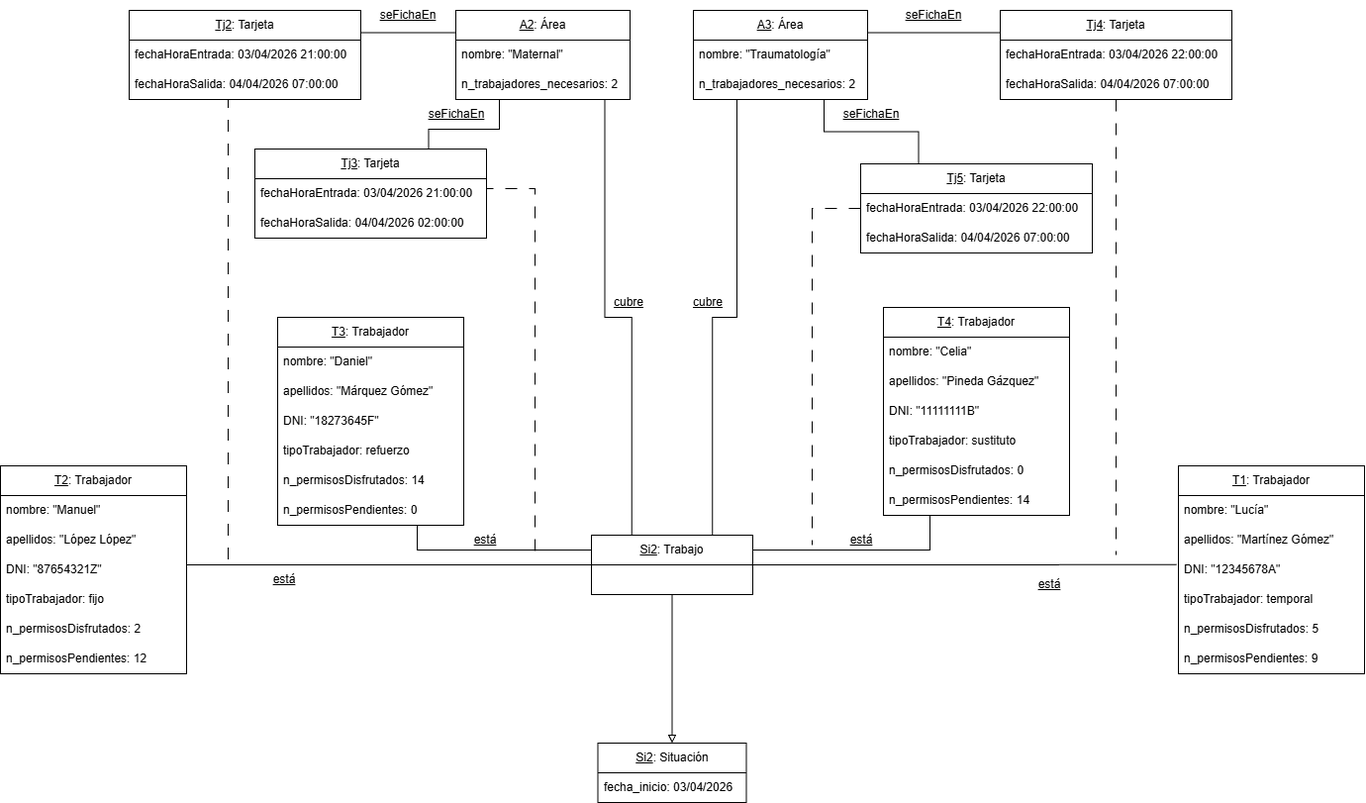
Before: Imágenes/Diagrama área.png, a diagram exported from draw.io (DYL0061/proyecto-curso-iissi1-2026-DYL0061). Source tidied: cells renumbered, new cells last; positions are measured from the earlier drawing's top-left corner, leaving out a move shared by most shapes.
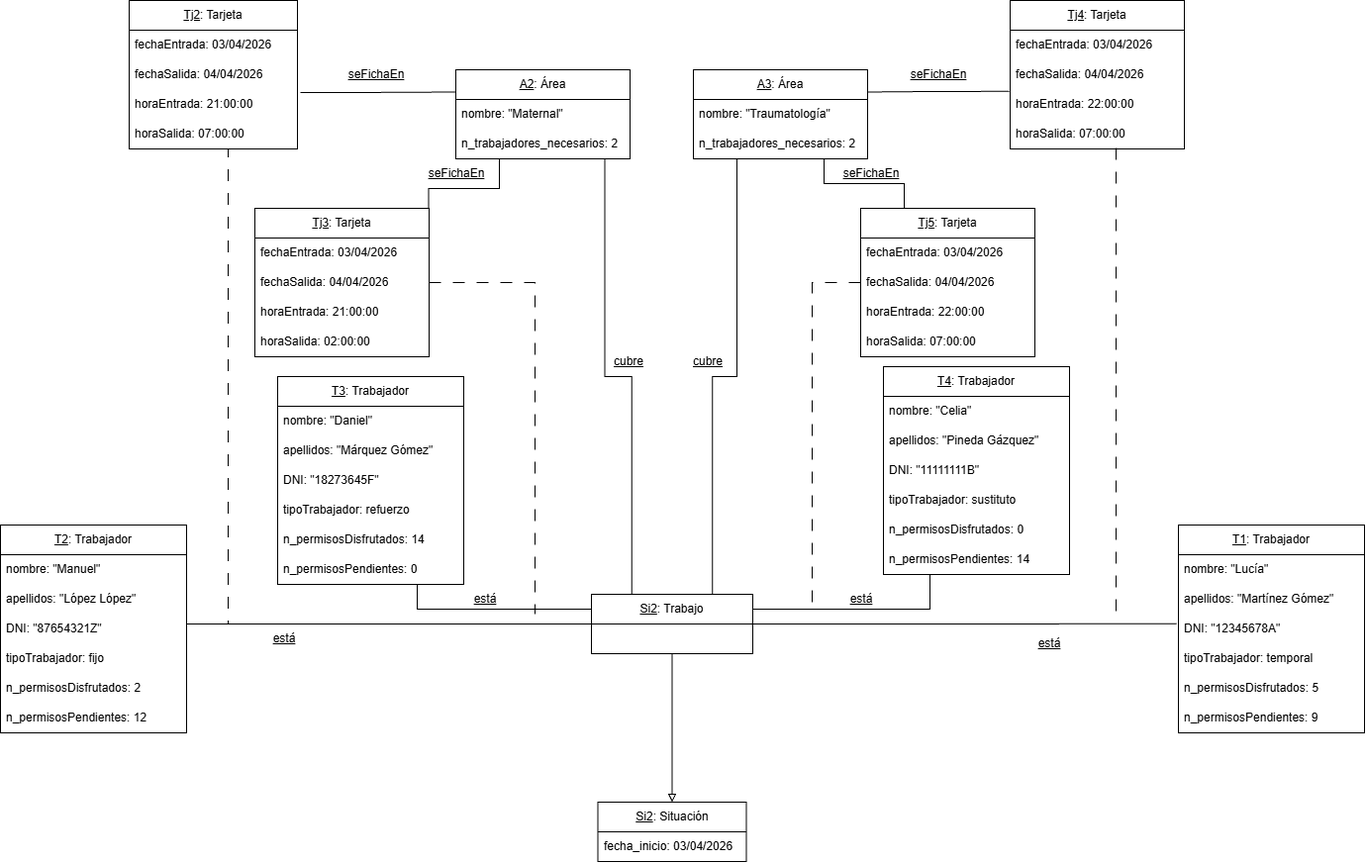
Later version of the same file.

Change to the diagram source:
```diff
@@ -32,18 +32,24 @@
         </Array>
       </mxGeometry>
     </mxCell>
-    <mxCell id="10" style="edgeStyle=orthogonalEdgeStyle;shape=connector;rounded=0;jettySize=auto;html=1;exitX=1;exitY=0.25;exitDx=0;exitDy=0;entryX=0;entryY=0.25;entryDx=0;entryDy=0;strokeColor=default;align=center;verticalAlign=middle;fontFamily=Helvetica;fontSize=11;fontColor=default;labelBackgroundColor=default;defaultLabelBackgroundColor=page;labelPadding=0 4;endArrow=none;endFill=0;" parent="1" edge="1" source="11" target="47">
-      <mxGeometry relative="1" as="geometry" />
+    <mxCell id="10" style="edgeStyle=orthogonalEdgeStyle;shape=connector;rounded=0;jettySize=auto;html=1;entryX=0;entryY=0.25;entryDx=0;entryDy=0;strokeColor=default;align=center;verticalAlign=middle;fontFamily=Helvetica;fontSize=11;fontColor=default;labelBackgroundColor=default;defaultLabelBackgroundColor=page;labelPadding=0 4;endArrow=none;endFill=0;exitX=1.018;exitY=0.098;exitDx=0;exitDy=0;exitPerimeter=0;" parent="1" edge="1" source="12" target="47">
+      <mxGeometry x="0.28" relative="1" as="geometry" />
     </mxCell>
     <mxCell id="11" value="&lt;u&gt;Tj2&lt;/u&gt;: Tarjeta" style="swimlane;fontStyle=0;horizontal=1;startSize=30;whiteSpace=wrap;html=1;" parent="1" vertex="1">
-      <mxGeometry x="130" y="10" width="234" height="90" as="geometry" />
+      <mxGeometry x="130" y="-60" width="170" height="150" as="geometry" />
     </mxCell>
+    <mxCell id="76" value="fechaEntrada:  03/04/2026" style="text;strokeColor=none;fillColor=none;align=left;verticalAlign=middle;spacingLeft=4;spacingRight=4;overflow=hidden;whiteSpace=wrap;html=1;" parent="11" vertex="1">
+      <mxGeometry y="30" width="170" height="30" as="geometry" />
+    </mxCell>
+    <mxCell id="13" value="fechaSalida: 04/04/2026" style="text;strokeColor=none;fillColor=none;align=left;verticalAlign=middle;spacingLeft=4;spacingRight=4;overflow=hidden;whiteSpace=wrap;html=1;" parent="11" vertex="1">
+      <mxGeometry y="60" width="170" height="30" as="geometry" />
+    </mxCell>
-    <mxCell id="12" value="fechaHoraEntrada:  03/04/2026 21:00:00" style="text;strokeColor=none;fillColor=none;align=left;verticalAlign=middle;spacingLeft=4;spacingRight=4;overflow=hidden;points=[[0,0.5],[1,0.5]];portConstraint=eastwest;whiteSpace=wrap;html=1;" parent="11" vertex="1">
-      <mxGeometry y="30" width="234" height="30" as="geometry" />
+    <mxCell id="12" value="horaEntrada: 21:00:00" style="text;strokeColor=none;fillColor=none;align=left;verticalAlign=middle;spacingLeft=4;spacingRight=4;overflow=hidden;points=[[0,0.5],[1,0.5]];portConstraint=eastwest;whiteSpace=wrap;html=1;" parent="11" vertex="1">
+      <mxGeometry y="90" width="170" height="30" as="geometry" />
     </mxCell>
-    <mxCell id="13" value="fechaHoraSalida: 04/04/2026 07:00:00" style="text;strokeColor=none;fillColor=none;align=left;verticalAlign=middle;spacingLeft=4;spacingRight=4;overflow=hidden;whiteSpace=wrap;html=1;" parent="11" vertex="1">
-      <mxGeometry y="60" width="234" height="30" as="geometry" />
-    </mxCell>
+    <mxCell id="77" value="horaSalida: 07:00:00" style="text;strokeColor=none;fillColor=none;align=left;verticalAlign=middle;spacingLeft=4;spacingRight=4;overflow=hidden;whiteSpace=wrap;html=1;" parent="11" vertex="1">
+      <mxGeometry y="120" width="170" height="30" as="geometry" />
+    </mxCell>
     <mxCell id="14" style="edgeStyle=orthogonalEdgeStyle;shape=connector;rounded=0;jettySize=auto;html=1;exitX=0.75;exitY=1;exitDx=0;exitDy=0;entryX=0;entryY=0.25;entryDx=0;entryDy=0;strokeColor=default;align=center;verticalAlign=middle;fontFamily=Helvetica;fontSize=11;fontColor=default;labelBackgroundColor=default;defaultLabelBackgroundColor=page;labelPadding=0 4;endArrow=none;endFill=0;" parent="1" edge="1" source="15" target="26">
       <mxGeometry relative="1" as="geometry" />
     </mxCell>
@@ -84,12 +90,8 @@
       <mxGeometry x="597" y="540" width="163" height="60" as="geometry" />
     </mxCell>
     <mxCell id="27" style="edgeStyle=orthogonalEdgeStyle;shape=connector;rounded=0;jettySize=auto;html=1;exitX=1;exitY=0.5;exitDx=0;exitDy=0;dashed=1;dashPattern=12 12;strokeColor=default;align=center;verticalAlign=middle;fontFamily=Helvetica;fontSize=11;fontColor=default;labelBackgroundColor=default;defaultLabelBackgroundColor=page;labelPadding=0 4;endArrow=none;endFill=0;" parent="1" edge="1" source="29">
-      <mxGeometry relative="1" as="geometry">
+      <mxGeometry x="-0.16" relative="1" as="geometry">
         <mxPoint x="540" y="560" as="targetPoint" />
-        <Array as="points">
-          <mxPoint x="491" y="190" />
-          <mxPoint x="540" y="190" />
-        </Array>
       </mxGeometry>
     </mxCell>
     <mxCell id="28" style="edgeStyle=orthogonalEdgeStyle;shape=connector;rounded=0;jettySize=auto;html=1;exitX=0.75;exitY=0;exitDx=0;exitDy=0;entryX=0.25;entryY=1;entryDx=0;entryDy=0;strokeColor=default;align=center;verticalAlign=middle;fontFamily=Helvetica;fontSize=11;fontColor=default;labelBackgroundColor=default;defaultLabelBackgroundColor=page;labelPadding=0 4;endArrow=none;endFill=0;" parent="1" edge="1" source="29" target="47">
@@ -101,14 +103,20 @@
       </mxGeometry>
     </mxCell>
     <mxCell id="29" value="&lt;u&gt;Tj3&lt;/u&gt;: Tarjeta" style="swimlane;fontStyle=0;horizontal=1;startSize=30;whiteSpace=wrap;html=1;" parent="1" vertex="1">
-      <mxGeometry x="257" y="150" width="234" height="90" as="geometry" />
+      <mxGeometry x="257" y="150" width="176" height="150" as="geometry" />
     </mxCell>
-    <mxCell id="30" value="fechaHoraEntrada:  03/04/2026 21:00:00" style="text;strokeColor=none;fillColor=none;align=left;verticalAlign=middle;spacingLeft=4;spacingRight=4;overflow=hidden;whiteSpace=wrap;html=1;" parent="29" vertex="1">
-      <mxGeometry y="30" width="234" height="30" as="geometry" />
+    <mxCell id="30" value="fechaEntrada:  03/04/2026" style="text;strokeColor=none;fillColor=none;align=left;verticalAlign=middle;spacingLeft=4;spacingRight=4;overflow=hidden;whiteSpace=wrap;html=1;" parent="29" vertex="1">
+      <mxGeometry y="30" width="176" height="30" as="geometry" />
     </mxCell>
-    <mxCell id="31" value="fechaHoraSalida: 04/04/2026 02:00:00" style="text;strokeColor=none;fillColor=none;align=left;verticalAlign=middle;spacingLeft=4;spacingRight=4;overflow=hidden;whiteSpace=wrap;html=1;" parent="29" vertex="1">
-      <mxGeometry y="60" width="234" height="30" as="geometry" />
+    <mxCell id="31" value="fechaSalida: 04/04/2026" style="text;strokeColor=none;fillColor=none;align=left;verticalAlign=middle;spacingLeft=4;spacingRight=4;overflow=hidden;whiteSpace=wrap;html=1;" parent="29" vertex="1">
+      <mxGeometry y="60" width="176" height="30" as="geometry" />
     </mxCell>
+    <mxCell id="78" value="horaEntrada: 21:00:00" style="text;strokeColor=none;fillColor=none;align=left;verticalAlign=middle;spacingLeft=4;spacingRight=4;overflow=hidden;whiteSpace=wrap;html=1;" parent="29" vertex="1">
+      <mxGeometry y="90" width="176" height="30" as="geometry" />
+    </mxCell>
+    <mxCell id="79" value="horaSalida: 02:00:00" style="text;strokeColor=none;fillColor=none;align=left;verticalAlign=middle;spacingLeft=4;spacingRight=4;overflow=hidden;whiteSpace=wrap;html=1;" parent="29" vertex="1">
+      <mxGeometry y="120" width="176" height="30" as="geometry" />
+    </mxCell>
     <mxCell id="32" value="&lt;u&gt;T4&lt;/u&gt;: Trabajador" style="swimlane;fontStyle=0;horizontal=1;startSize=30;whiteSpace=wrap;html=1;" parent="1" vertex="1">
       <mxGeometry x="892" y="310" width="188" height="210" as="geometry" />
     </mxCell>
@@ -130,26 +138,29 @@
     <mxCell id="38" value="n_permisosPendientes: 14" style="text;strokeColor=none;fillColor=none;align=left;verticalAlign=middle;spacingLeft=4;spacingRight=4;overflow=hidden;whiteSpace=wrap;html=1;" parent="32" vertex="1">
       <mxGeometry y="180" width="188" height="30" as="geometry" />
     </mxCell>
-    <mxCell id="39" style="edgeStyle=orthogonalEdgeStyle;shape=connector;rounded=0;jettySize=auto;html=1;exitX=0.5;exitY=1;exitDx=0;exitDy=0;dashed=1;dashPattern=12 12;strokeColor=default;align=center;verticalAlign=middle;fontFamily=Helvetica;fontSize=11;fontColor=default;labelBackgroundColor=default;defaultLabelBackgroundColor=page;labelPadding=0 4;endArrow=none;endFill=0;" parent="1" edge="1" source="41">
+    <mxCell id="39" style="edgeStyle=orthogonalEdgeStyle;shape=connector;rounded=0;jettySize=auto;html=1;exitX=0.608;exitY=0.969;exitDx=0;exitDy=0;dashed=1;dashPattern=12 12;strokeColor=default;align=center;verticalAlign=middle;fontFamily=Helvetica;fontSize=11;fontColor=default;labelBackgroundColor=default;defaultLabelBackgroundColor=page;labelPadding=0 4;endArrow=none;endFill=0;exitPerimeter=0;" parent="1" edge="1" source="81">
       <mxGeometry relative="1" as="geometry">
         <mxPoint x="1127" y="560" as="targetPoint" />
-        <Array as="points">
-          <mxPoint x="1127" y="560" />
-        </Array>
       </mxGeometry>
     </mxCell>
-    <mxCell id="40" style="edgeStyle=orthogonalEdgeStyle;shape=connector;rounded=0;jettySize=auto;html=1;exitX=0;exitY=0.25;exitDx=0;exitDy=0;entryX=1;entryY=0.25;entryDx=0;entryDy=0;strokeColor=default;align=center;verticalAlign=middle;fontFamily=Helvetica;fontSize=11;fontColor=default;labelBackgroundColor=default;defaultLabelBackgroundColor=page;labelPadding=0 4;endArrow=none;endFill=0;" parent="1" edge="1" source="41" target="44">
-      <mxGeometry relative="1" as="geometry" />
+    <mxCell id="40" style="edgeStyle=orthogonalEdgeStyle;shape=connector;rounded=0;jettySize=auto;html=1;entryX=1;entryY=0.25;entryDx=0;entryDy=0;strokeColor=default;align=center;verticalAlign=middle;fontFamily=Helvetica;fontSize=11;fontColor=default;labelBackgroundColor=default;defaultLabelBackgroundColor=page;labelPadding=0 4;endArrow=none;endFill=0;exitX=-0.005;exitY=0.062;exitDx=0;exitDy=0;exitPerimeter=0;" parent="1" edge="1" source="80" target="44">
+      <mxGeometry x="-0.12" relative="1" as="geometry" />
     </mxCell>
     <mxCell id="41" value="&lt;u&gt;Tj4&lt;/u&gt;: Tarjeta" style="swimlane;fontStyle=0;horizontal=1;startSize=30;whiteSpace=wrap;html=1;" parent="1" vertex="1">
-      <mxGeometry x="1010" y="10" width="234" height="90" as="geometry" />
+      <mxGeometry x="1020" y="-60" width="176" height="150" as="geometry" />
     </mxCell>
-    <mxCell id="42" value="fechaHoraEntrada:  03/04/2026 22:00:00" style="text;strokeColor=none;fillColor=none;align=left;verticalAlign=middle;spacingLeft=4;spacingRight=4;overflow=hidden;whiteSpace=wrap;html=1;" parent="41" vertex="1">
-      <mxGeometry y="30" width="234" height="30" as="geometry" />
+    <mxCell id="42" value="fechaEntrada:  03/04/2026" style="text;strokeColor=none;fillColor=none;align=left;verticalAlign=middle;spacingLeft=4;spacingRight=4;overflow=hidden;whiteSpace=wrap;html=1;" parent="41" vertex="1">
+      <mxGeometry y="30" width="176" height="30" as="geometry" />
     </mxCell>
-    <mxCell id="43" value="fechaHoraSalida: 04/04/2026 07:00:00" style="text;strokeColor=none;fillColor=none;align=left;verticalAlign=middle;spacingLeft=4;spacingRight=4;overflow=hidden;whiteSpace=wrap;html=1;" parent="41" vertex="1">
-      <mxGeometry y="60" width="234" height="30" as="geometry" />
+    <mxCell id="43" value="fechaSalida: 04/04/2026" style="text;strokeColor=none;fillColor=none;align=left;verticalAlign=middle;spacingLeft=4;spacingRight=4;overflow=hidden;whiteSpace=wrap;html=1;" parent="41" vertex="1">
+      <mxGeometry y="60" width="176" height="30" as="geometry" />
     </mxCell>
+    <mxCell id="80" value="horaEntrada: 22:00:00" style="text;strokeColor=none;fillColor=none;align=left;verticalAlign=middle;spacingLeft=4;spacingRight=4;overflow=hidden;points=[[0,0.5],[1,0.5]];portConstraint=eastwest;whiteSpace=wrap;html=1;" parent="41" vertex="1">
+      <mxGeometry y="90" width="176" height="30" as="geometry" />
+    </mxCell>
+    <mxCell id="81" value="horaSalida: 07:00:00" style="text;strokeColor=none;fillColor=none;align=left;verticalAlign=middle;spacingLeft=4;spacingRight=4;overflow=hidden;points=[[0,0.5],[1,0.5]];portConstraint=eastwest;whiteSpace=wrap;html=1;" parent="41" vertex="1">
+      <mxGeometry y="120" width="176" height="30" as="geometry" />
+    </mxCell>
     <mxCell id="44" value="&lt;u&gt;A3&lt;/u&gt;: Área" style="swimlane;fontStyle=0;horizontal=1;startSize=30;whiteSpace=wrap;html=1;" parent="1" vertex="1">
       <mxGeometry x="700" y="10" width="176" height="90" as="geometry" />
     </mxCell>
@@ -211,14 +222,20 @@
       <mxGeometry relative="1" as="geometry" />
     </mxCell>
     <mxCell id="62" value="&lt;u&gt;Tj5&lt;/u&gt;: Tarjeta" style="swimlane;fontStyle=0;horizontal=1;startSize=30;whiteSpace=wrap;html=1;" parent="1" vertex="1">
-      <mxGeometry x="869" y="165" width="234" height="90" as="geometry" />
+      <mxGeometry x="869" y="150" width="176" height="150" as="geometry" />
     </mxCell>
-    <mxCell id="63" value="fechaHoraEntrada:  03/04/2026 22:00:00" style="text;strokeColor=none;fillColor=none;align=left;verticalAlign=middle;spacingLeft=4;spacingRight=4;overflow=hidden;whiteSpace=wrap;html=1;" parent="62" vertex="1">
-      <mxGeometry y="30" width="234" height="30" as="geometry" />
+    <mxCell id="63" value="fechaEntrada:  03/04/2026" style="text;strokeColor=none;fillColor=none;align=left;verticalAlign=middle;spacingLeft=4;spacingRight=4;overflow=hidden;whiteSpace=wrap;html=1;" parent="62" vertex="1">
+      <mxGeometry y="30" width="176" height="30" as="geometry" />
     </mxCell>
-    <mxCell id="64" value="fechaHoraSalida: 04/04/2026 07:00:00" style="text;strokeColor=none;fillColor=none;align=left;verticalAlign=middle;spacingLeft=4;spacingRight=4;overflow=hidden;whiteSpace=wrap;html=1;" parent="62" vertex="1">
-      <mxGeometry y="60" width="234" height="30" as="geometry" />
+    <mxCell id="64" value="fechaSalida: 04/04/2026" style="text;strokeColor=none;fillColor=none;align=left;verticalAlign=middle;spacingLeft=4;spacingRight=4;overflow=hidden;whiteSpace=wrap;html=1;" parent="62" vertex="1">
+      <mxGeometry y="60" width="176" height="30" as="geometry" />
     </mxCell>
+    <mxCell id="82" value="horaEntrada: 22:00:00" style="text;strokeColor=none;fillColor=none;align=left;verticalAlign=middle;spacingLeft=4;spacingRight=4;overflow=hidden;whiteSpace=wrap;html=1;" parent="62" vertex="1">
+      <mxGeometry y="90" width="176" height="30" as="geometry" />
+    </mxCell>
+    <mxCell id="83" value="horaSalida: 07:00:00" style="text;strokeColor=none;fillColor=none;align=left;verticalAlign=middle;spacingLeft=4;spacingRight=4;overflow=hidden;whiteSpace=wrap;html=1;" parent="62" vertex="1">
+      <mxGeometry y="120" width="176" height="30" as="geometry" />
+    </mxCell>
     <mxCell id="65" style="edgeStyle=orthogonalEdgeStyle;shape=connector;rounded=0;jettySize=auto;html=1;exitX=0.25;exitY=1;exitDx=0;exitDy=0;entryX=0.75;entryY=0;entryDx=0;entryDy=0;strokeColor=default;align=center;verticalAlign=middle;fontFamily=Helvetica;fontSize=11;fontColor=default;labelBackgroundColor=default;defaultLabelBackgroundColor=page;labelPadding=0 4;endArrow=none;endFill=0;" parent="1" edge="1" source="44" target="26">
       <mxGeometry x="-0.04" relative="1" as="geometry" />
     </mxCell>
@@ -241,7 +258,7 @@
       <mxGeometry x="840" y="530" width="60" height="30" as="geometry" />
     </mxCell>
     <mxCell id="72" value="&lt;u&gt;seFichaEn&lt;/u&gt;" style="text;html=1;whiteSpace=wrap;strokeColor=none;fillColor=none;align=center;verticalAlign=middle;rounded=0;" parent="1" vertex="1">
-      <mxGeometry x="382" width="60" height="30" as="geometry" />
+      <mxGeometry x="350" width="60" height="30" as="geometry" />
     </mxCell>
     <mxCell id="73" value="&lt;u&gt;seFichaEn&lt;/u&gt;" style="text;html=1;whiteSpace=wrap;strokeColor=none;fillColor=none;align=center;verticalAlign=middle;rounded=0;" parent="1" vertex="1">
       <mxGeometry x="431" y="100" width="60" height="30" as="geometry" />
@@ -250,7 +267,7 @@
       <mxGeometry x="850" y="100" width="60" height="30" as="geometry" />
     </mxCell>
     <mxCell id="75" value="&lt;u&gt;seFichaEn&lt;/u&gt;" style="text;html=1;whiteSpace=wrap;strokeColor=none;fillColor=none;align=center;verticalAlign=middle;rounded=0;" parent="1" vertex="1">
-      <mxGeometry x="913" width="60" height="30" as="geometry" />
+      <mxGeometry x="918" width="60" height="30" as="geometry" />
     </mxCell>
   </root>
 </mxGraphModel>
```
